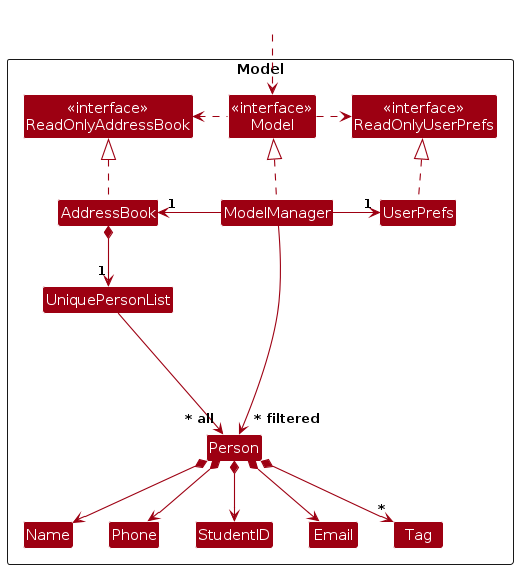
Before: diagrams/ModelClassDiagram.png, a diagram exported from PlantUML (AY2526S1-CS2103T-F13-4/tp). Its source is kept beside it as diagrams/ModelClassDiagram.puml. Its diagram source:
```plantuml
@startuml
!include style.puml
skinparam arrowThickness 1.1
skinparam arrowColor MODEL_COLOR
skinparam classBackgroundColor MODEL_COLOR

Package Model as ModelPackage <<Rectangle>>{
Class "<<interface>>\nReadOnlyAddressBook" as ReadOnlyAddressBook
Class "<<interface>>\nReadOnlyUserPrefs" as ReadOnlyUserPrefs
Class "<<interface>>\nModel" as Model
Class AddressBook
Class ModelManager
Class UserPrefs

Class UniquePersonList
Class Person
Class StudentID
Class Email
Class Name
Class Phone
Class Tag

Class I #FFFFFF
}

Class HiddenOutside #FFFFFF
HiddenOutside ..> Model

AddressBook .up.|> ReadOnlyAddressBook

ModelManager .up.|> Model
Model .right.> ReadOnlyUserPrefs
Model .left.> ReadOnlyAddressBook
ModelManager -left-> "1" AddressBook
ModelManager -right-> "1" UserPrefs
UserPrefs .up.|> ReadOnlyUserPrefs

AddressBook *--> "1" UniquePersonList
UniquePersonList --> "~* all" Person
Person *--> Name
Person *--> Phone
Person *--> Email
Person *--> StudentID
Person *--> "*" Tag

Person -[hidden]up--> I
UniquePersonList -[hidden]right-> I

Name -[hidden]right-> Phone
Phone -[hidden]right-> StudentID
StudentID -[hidden]right-> Email

ModelManager --> "~* filtered" Person
@enduml
```
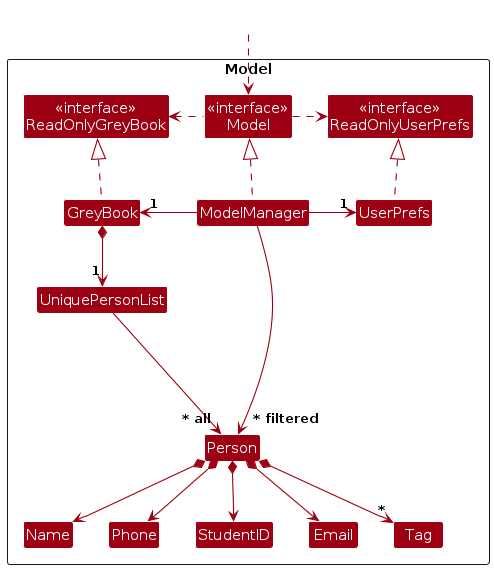
Later version of the same file.

Diff of the diagram source:
```diff
@@ -5,10 +5,10 @@
 skinparam classBackgroundColor MODEL_COLOR
 
 Package Model as ModelPackage <<Rectangle>>{
-Class "<<interface>>\nReadOnlyAddressBook" as ReadOnlyAddressBook
+Class "<<interface>>\nReadOnlyGreyBook" as ReadOnlyGreyBook
 Class "<<interface>>\nReadOnlyUserPrefs" as ReadOnlyUserPrefs
 Class "<<interface>>\nModel" as Model
-Class AddressBook
+Class GreyBook
 Class ModelManager
 Class UserPrefs
 
@@ -26,16 +26,16 @@
 Class HiddenOutside #FFFFFF
 HiddenOutside ..> Model
 
-AddressBook .up.|> ReadOnlyAddressBook
+GreyBook .up.|> ReadOnlyGreyBook
 
 ModelManager .up.|> Model
 Model .right.> ReadOnlyUserPrefs
-Model .left.> ReadOnlyAddressBook
-ModelManager -left-> "1" AddressBook
+Model .left.> ReadOnlyGreyBook
+ModelManager -left-> "1" GreyBook
 ModelManager -right-> "1" UserPrefs
 UserPrefs .up.|> ReadOnlyUserPrefs
 
-AddressBook *--> "1" UniquePersonList
+GreyBook *--> "1" UniquePersonList
 UniquePersonList --> "~* all" Person
 Person *--> Name
 Person *--> Phone
```
